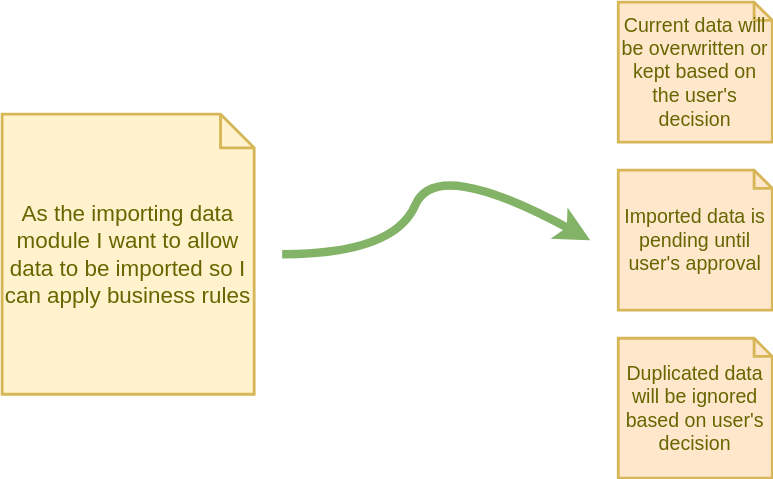
Earlier version of the draw.io export docs/3/img3/agile-story-splitting.svg (liatrio/devops-bootcamp). Source tidied: cells renumbered, new cells last; positions are measured from the earlier drawing's top-left corner, leaving out a move shared by most shapes. The source it was exported from:
```xml
<mxGraphModel>
  <root>
    <mxCell id="0" />
    <mxCell id="1" parent="0" />
    <mxCell id="2" value="As the importing data module I want to allow data to be imported so I can apply business rules" style="shape=note;strokeWidth=2;fontSize=16;size=24;whiteSpace=wrap;html=1;fillColor=#fff2cc;strokeColor=#d6b656;fontColor=#666600;" parent="1" vertex="1">
      <mxGeometry y="80" width="180" height="200" as="geometry" />
    </mxCell>
    <mxCell id="3" value="Current data will be overwritten or kept based on the user's decision" style="shape=note;strokeWidth=2;fontSize=14;size=13;whiteSpace=wrap;html=1;strokeColor=#d6b656;fontColor=#666600;fillColor=#FFE7CC;" parent="1" vertex="1">
      <mxGeometry x="440" width="110" height="100" as="geometry" />
    </mxCell>
    <mxCell id="4" value="Imported data is pending until user's approval" style="shape=note;strokeWidth=2;fontSize=14;size=13;whiteSpace=wrap;html=1;strokeColor=#d6b656;fontColor=#666600;fillColor=#FFE7CC;" parent="1" vertex="1">
      <mxGeometry x="440" y="120" width="110" height="100" as="geometry" />
    </mxCell>
    <mxCell id="5" value="Duplicated data will be ignored based on user's decision" style="shape=note;strokeWidth=2;fontSize=14;size=13;whiteSpace=wrap;html=1;strokeColor=#d6b656;fontColor=#666600;fillColor=#FFE7CC;" parent="1" vertex="1">
      <mxGeometry x="440" y="240" width="110" height="100" as="geometry" />
    </mxCell>
    <mxCell id="6" style="curved=1;endArrow=classic;html=1;strokeWidth=6;fontSize=14;fillColor=#d5e8d4;strokeColor=#82b366;" parent="1" edge="1">
      <mxGeometry relative="1" as="geometry">
        <mxPoint x="200" y="180" as="sourcePoint" />
        <mxPoint x="420" y="170" as="targetPoint" />
        <Array as="points">
          <mxPoint x="280" y="180" />
          <mxPoint x="310" y="110" />
        </Array>
      </mxGeometry>
    </mxCell>
  </root>
</mxGraphModel>
```
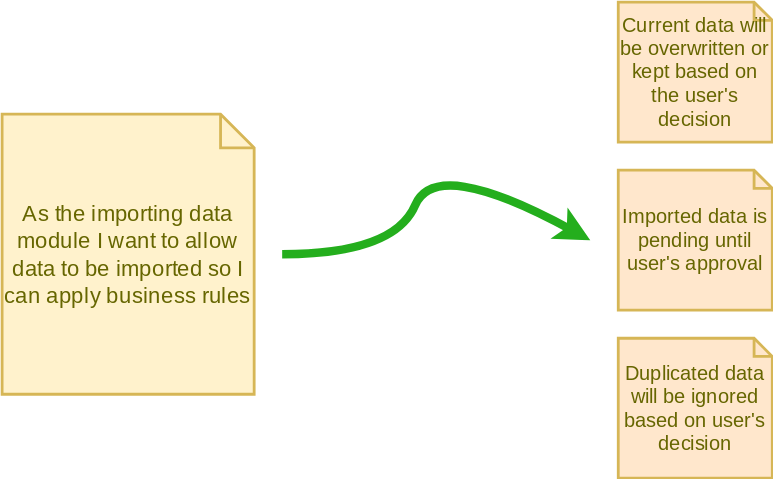
The same file after the commit.

Diff of the diagram source:
```diff
@@ -2,19 +2,19 @@
   <root>
     <mxCell id="0" />
     <mxCell id="1" parent="0" />
-    <mxCell id="2" value="As the importing data module I want to allow data to be imported so I can apply business rules" style="shape=note;strokeWidth=2;fontSize=16;size=24;whiteSpace=wrap;html=1;fillColor=#fff2cc;strokeColor=#d6b656;fontColor=#666600;" parent="1" vertex="1">
+    <mxCell id="2" value="As the importing data module I want to allow data to be imported so I can apply business rules" style="shape=note;strokeWidth=2;fontSize=16;size=24;whiteSpace=wrap;html=1;fillColor=#fff2cc;strokeColor=#d6b656;fontColor=#666600;fontFamily=Open Sans;fontSource=https%3A%2F%2Ffonts.googleapis.com%2Fcss%3Ffamily%3DOpen%2BSans;" parent="1" vertex="1">
       <mxGeometry y="80" width="180" height="200" as="geometry" />
     </mxCell>
-    <mxCell id="3" value="Current data will be overwritten or kept based on the user's decision" style="shape=note;strokeWidth=2;fontSize=14;size=13;whiteSpace=wrap;html=1;strokeColor=#d6b656;fontColor=#666600;fillColor=#FFE7CC;" parent="1" vertex="1">
+    <mxCell id="3" value="Current data will be overwritten or kept based on the user's decision" style="shape=note;strokeWidth=2;fontSize=14;size=13;whiteSpace=wrap;html=1;strokeColor=#d6b656;fontColor=#666600;fillColor=#FFE7CC;fontFamily=Open Sans;fontSource=https%3A%2F%2Ffonts.googleapis.com%2Fcss%3Ffamily%3DOpen%2BSans;" parent="1" vertex="1">
       <mxGeometry x="440" width="110" height="100" as="geometry" />
     </mxCell>
-    <mxCell id="4" value="Imported data is pending until user's approval" style="shape=note;strokeWidth=2;fontSize=14;size=13;whiteSpace=wrap;html=1;strokeColor=#d6b656;fontColor=#666600;fillColor=#FFE7CC;" parent="1" vertex="1">
+    <mxCell id="4" value="Imported data is pending until user's approval" style="shape=note;strokeWidth=2;fontSize=14;size=13;whiteSpace=wrap;html=1;strokeColor=#d6b656;fontColor=#666600;fillColor=#FFE7CC;fontFamily=Open Sans;fontSource=https%3A%2F%2Ffonts.googleapis.com%2Fcss%3Ffamily%3DOpen%2BSans;" parent="1" vertex="1">
       <mxGeometry x="440" y="120" width="110" height="100" as="geometry" />
     </mxCell>
-    <mxCell id="5" value="Duplicated data will be ignored based on user's decision" style="shape=note;strokeWidth=2;fontSize=14;size=13;whiteSpace=wrap;html=1;strokeColor=#d6b656;fontColor=#666600;fillColor=#FFE7CC;" parent="1" vertex="1">
+    <mxCell id="5" value="Duplicated data will be ignored based on user's decision" style="shape=note;strokeWidth=2;fontSize=14;size=13;whiteSpace=wrap;html=1;strokeColor=#d6b656;fontColor=#666600;fillColor=#FFE7CC;fontFamily=Open Sans;fontSource=https%3A%2F%2Ffonts.googleapis.com%2Fcss%3Ffamily%3DOpen%2BSans;" parent="1" vertex="1">
       <mxGeometry x="440" y="240" width="110" height="100" as="geometry" />
     </mxCell>
-    <mxCell id="6" style="curved=1;endArrow=classic;html=1;strokeWidth=6;fontSize=14;fillColor=#d5e8d4;strokeColor=#82b366;" parent="1" edge="1">
+    <mxCell id="6" style="curved=1;endArrow=classic;html=1;strokeWidth=6;fontSize=14;fillColor=#d5e8d4;strokeColor=#24AE1D;" parent="1" edge="1">
       <mxGeometry relative="1" as="geometry">
         <mxPoint x="200" y="180" as="sourcePoint" />
         <mxPoint x="420" y="170" as="targetPoint" />
```
